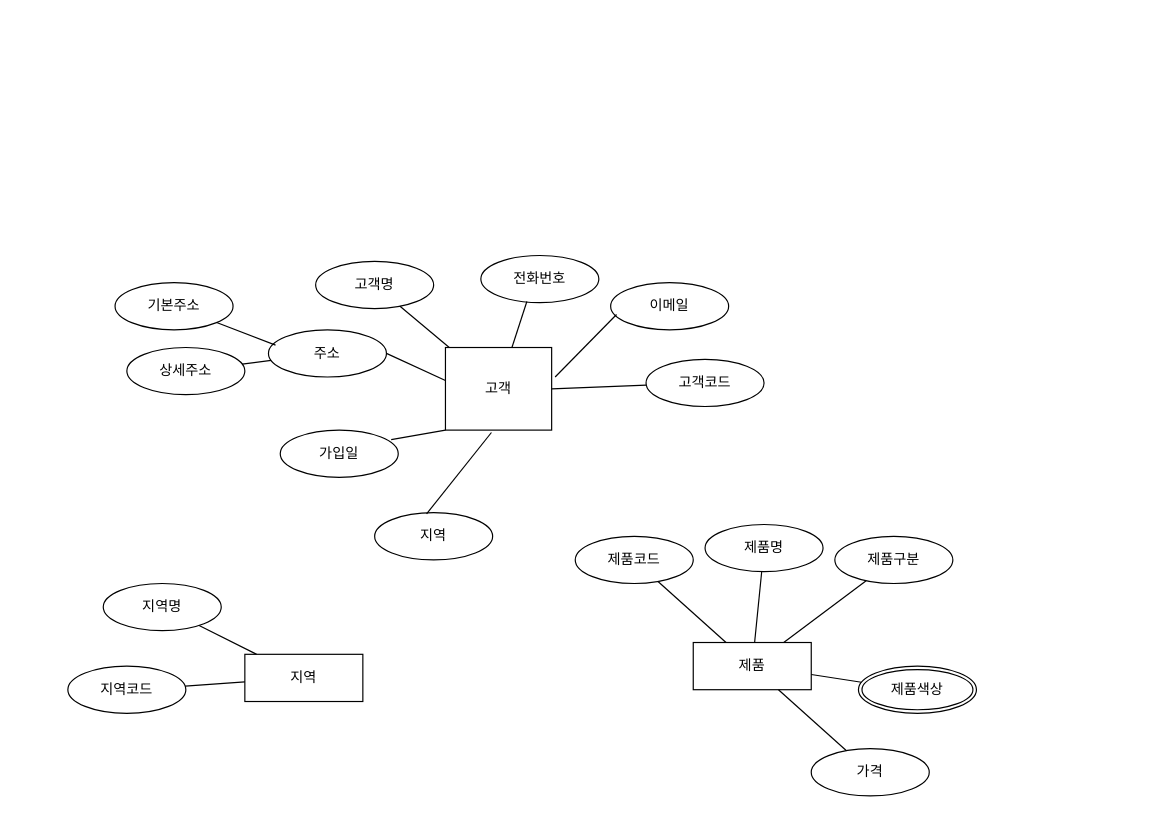
GGoJae/erd keeps this draw.io diagram as page "페이지-1" (1 of 2) of 제목 없는 다이어그램.drawio. Above is the earlier version. Source tidied: cells renumbered, new cells numbered last; positions are measured from the earlier drawing's top-left corner, leaving out a move shared by most shapes. Both pictures are drawn from the tidied source at 118%, with x=0, y=0 at pixel (67, 255).
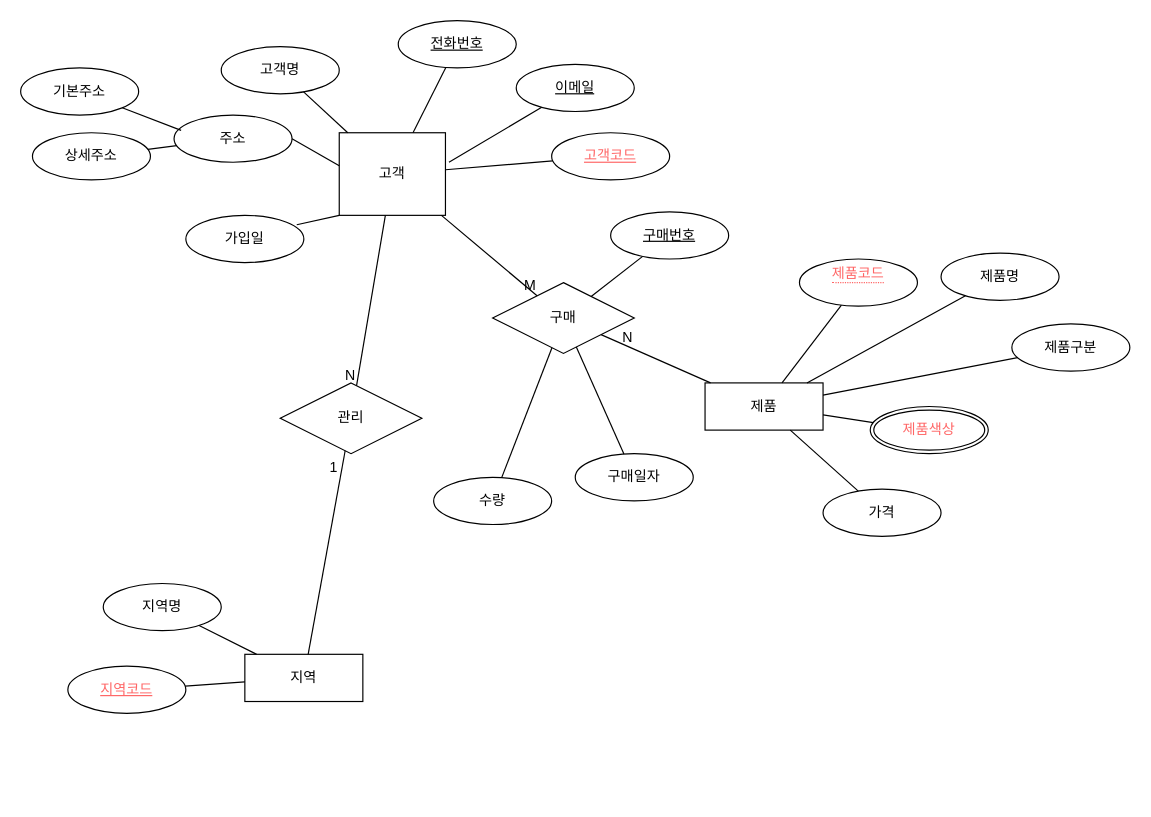
The same page after the edit.

Commit message:
제목 없는 다이어그램.drawio 업데이트

Unchanged cells that the change refers to:
```xml
<mxCell id="21" value="지역" style="whiteSpace=wrap;html=1;align=center;" parent="1" vertex="1">
  <mxGeometry x="150" y="338" width="100" height="40" as="geometry" />
</mxCell>
```

The edit, as a diff of the source:
```diff
@@
     <mxCell id="2" value="고객" style="whiteSpace=wrap;html=1;align=center;" parent="1" vertex="1">
-      <mxGeometry x="320" y="78" width="90" height="70" as="geometry" />
+      <mxGeometry x="230" y="-104" width="90" height="70" as="geometry" />
     </mxCell>
     <mxCell id="3" value="고객명" style="ellipse;whiteSpace=wrap;html=1;align=center;" parent="1" vertex="1">
-      <mxGeometry x="210" y="5" width="100" height="40" as="geometry" />
+      <mxGeometry x="130" y="-177" width="100" height="40" as="geometry" />
     </mxCell>
@@
-    <mxCell id="5" value="전화번호" style="ellipse;whiteSpace=wrap;html=1;align=center;" parent="1" vertex="1">
-      <mxGeometry x="350" width="100" height="40" as="geometry" />
-    </mxCell>
-    <mxCell id="6" style="endArrow=none;html=1;rounded=0;exitX=0.39;exitY=0.975;exitDx=0;exitDy=0;exitPerimeter=0;" parent="1" edge="1" source="5" target="2">
+    <mxCell id="6" style="endArrow=none;html=1;rounded=0;" parent="1" edge="1" source="5" target="2">
       <mxGeometry relative="1" as="geometry" />
     </mxCell>
-    <mxCell id="7" value="이메일" style="ellipse;whiteSpace=wrap;html=1;align=center;" parent="1" vertex="1">
-      <mxGeometry x="460" y="23" width="100" height="40" as="geometry" />
-    </mxCell>
-    <mxCell id="8" style="endArrow=none;html=1;rounded=0;entryX=1.033;entryY=0.357;entryDx=0;entryDy=0;exitX=0.05;exitY=0.675;exitDx=0;exitDy=0;exitPerimeter=0;entryPerimeter=0;" parent="1" edge="1" source="7" target="2">
+    <mxCell id="8" style="endArrow=none;html=1;rounded=0;entryX=1.033;entryY=0.357;entryDx=0;entryDy=0;entryPerimeter=0;" parent="1" edge="1" source="7" target="2">
       <mxGeometry relative="1" as="geometry" />
     </mxCell>
-    <mxCell id="9" value="고객코드" style="ellipse;whiteSpace=wrap;html=1;align=center;" parent="1" vertex="1">
-      <mxGeometry x="490" y="88" width="100" height="40" as="geometry" />
-    </mxCell>
-    <mxCell id="10" style="endArrow=none;html=1;rounded=0;entryX=1;entryY=0.5;entryDx=0;entryDy=0;" parent="1" edge="1" source="9" target="2">
-      <mxGeometry relative="1" as="geometry" />
-    </mxCell>
     <mxCell id="11" value="주소" style="ellipse;whiteSpace=wrap;html=1;align=center;" parent="1" vertex="1">
-      <mxGeometry x="170" y="63" width="100" height="40" as="geometry" />
+      <mxGeometry x="90" y="-119" width="100" height="40" as="geometry" />
     </mxCell>
@@
     <mxCell id="13" value="기본주소" style="ellipse;whiteSpace=wrap;html=1;align=center;" parent="1" vertex="1">
-      <mxGeometry x="40" y="23" width="100" height="40" as="geometry" />
+      <mxGeometry x="-40" y="-159" width="100" height="40" as="geometry" />
     </mxCell>
     <mxCell id="14" value="상세주소" style="ellipse;whiteSpace=wrap;html=1;align=center;" parent="1" vertex="1">
-      <mxGeometry x="50" y="78" width="100" height="40" as="geometry" />
+      <mxGeometry x="-30" y="-104" width="100" height="40" as="geometry" />
     </mxCell>
@@
     <mxCell id="18" value="가입일" style="ellipse;whiteSpace=wrap;html=1;align=center;" parent="1" vertex="1">
-      <mxGeometry x="180" y="148" width="100" height="40" as="geometry" />
+      <mxGeometry x="100" y="-34" width="100" height="40" as="geometry" />
     </mxCell>
-    <mxCell id="19" value="지역" style="ellipse;whiteSpace=wrap;html=1;align=center;" parent="1" vertex="1">
-      <mxGeometry x="260" y="218" width="100" height="40" as="geometry" />
-    </mxCell>
-    <mxCell id="20" style="endArrow=none;html=1;rounded=0;exitX=0.44;exitY=0.025;exitDx=0;exitDy=0;entryX=0.433;entryY=1.029;entryDx=0;entryDy=0;exitPerimeter=0;entryPerimeter=0;" parent="1" edge="1" source="19" target="2">
-      <mxGeometry relative="1" as="geometry" />
-    </mxCell>
@@
-    <mxCell id="24" value="지역코드" style="ellipse;whiteSpace=wrap;html=1;align=center;" parent="1" vertex="1">
-      <mxGeometry y="348" width="100" height="40" as="geometry" />
-    </mxCell>
@@
     <mxCell id="26" value="제품" style="whiteSpace=wrap;html=1;align=center;" parent="1" vertex="1">
-      <mxGeometry x="530" y="328" width="100" height="40" as="geometry" />
+      <mxGeometry x="540" y="108" width="100" height="40" as="geometry" />
     </mxCell>
     <mxCell id="27" value="제품명" style="ellipse;whiteSpace=wrap;html=1;align=center;" parent="1" vertex="1">
-      <mxGeometry x="540" y="228" width="100" height="40" as="geometry" />
+      <mxGeometry x="740" y="-2" width="100" height="40" as="geometry" />
     </mxCell>
@@
-    <mxCell id="29" value="제품코드" style="ellipse;whiteSpace=wrap;html=1;align=center;" parent="1" vertex="1">
-      <mxGeometry x="430" y="238" width="100" height="40" as="geometry" />
-    </mxCell>
@@
     <mxCell id="31" value="제품구분" style="ellipse;whiteSpace=wrap;html=1;align=center;" parent="1" vertex="1">
-      <mxGeometry x="650" y="238" width="100" height="40" as="geometry" />
+      <mxGeometry x="800" y="58" width="100" height="40" as="geometry" />
     </mxCell>
@@
-    <mxCell id="33" value="제품색상" style="ellipse;shape=doubleEllipse;margin=3;whiteSpace=wrap;html=1;align=center;" parent="1" vertex="1">
-      <mxGeometry x="670" y="348" width="100" height="40" as="geometry" />
+    <mxCell id="33" value="제품색상" style="ellipse;shape=doubleEllipse;margin=3;whiteSpace=wrap;html=1;align=center;fontColor=#FF6666;" parent="1" vertex="1">
+      <mxGeometry x="680" y="128" width="100" height="40" as="geometry" />
     </mxCell>
     <mxCell id="34" value="가격" style="ellipse;whiteSpace=wrap;html=1;align=center;" parent="1" vertex="1">
-      <mxGeometry x="630" y="418" width="100" height="40" as="geometry" />
+      <mxGeometry x="640" y="198" width="100" height="40" as="geometry" />
     </mxCell>
@@
+    <mxCell id="10" style="endArrow=none;html=1;rounded=0;" parent="1" edge="1" source="9" target="2">
+      <mxGeometry relative="1" as="geometry" />
+    </mxCell>
+    <mxCell id="37" value="관리" style="shape=rhombus;perimeter=rhombusPerimeter;whiteSpace=wrap;html=1;align=center;" parent="1" vertex="1">
+      <mxGeometry x="180" y="108" width="120" height="60" as="geometry" />
+    </mxCell>
+    <mxCell id="38" style="endArrow=none;html=1;rounded=0;" parent="1" edge="1" source="2" target="37">
+      <mxGeometry relative="1" as="geometry" />
+    </mxCell>
+    <mxCell id="39" value="N" style="html=1;whiteSpace=wrap;align=right;verticalAlign=bottom;" parent="38" vertex="1">
+      <mxGeometry x="1" relative="1" as="geometry" />
+    </mxCell>
+    <mxCell id="40" style="endArrow=none;html=1;rounded=0;" parent="1" edge="1" source="21" target="37">
+      <mxGeometry relative="1" as="geometry" />
+    </mxCell>
+    <mxCell id="41" value="1" style="html=1;whiteSpace=wrap;align=right;verticalAlign=bottom;" parent="40" vertex="1">
+      <mxGeometry x="1" relative="1" as="geometry">
+        <mxPoint x="-5" y="22" as="offset" />
+      </mxGeometry>
+    </mxCell>
+    <mxCell id="42" value="구매" style="shape=rhombus;perimeter=rhombusPerimeter;whiteSpace=wrap;html=1;align=center;" parent="1" vertex="1">
+      <mxGeometry x="360" y="23" width="120" height="60" as="geometry" />
+    </mxCell>
+    <mxCell id="43" style="endArrow=none;html=1;rounded=0;" parent="1" edge="1" source="2" target="42">
+      <mxGeometry relative="1" as="geometry" />
+    </mxCell>
+    <mxCell id="44" value="M" style="html=1;whiteSpace=wrap;align=right;verticalAlign=bottom;" parent="43" vertex="1">
+      <mxGeometry x="1" relative="1" as="geometry" />
+    </mxCell>
+    <mxCell id="45" style="endArrow=none;html=1;rounded=0;" parent="1" edge="1" source="26" target="42">
+      <mxGeometry relative="1" as="geometry" />
+    </mxCell>
+    <mxCell id="46" value="N" style="html=1;whiteSpace=wrap;align=right;verticalAlign=bottom;" parent="45" vertex="1">
+      <mxGeometry x="1" relative="1" as="geometry">
+        <mxPoint x="28" y="11" as="offset" />
+      </mxGeometry>
+    </mxCell>
+    <mxCell id="5" value="전화번호" style="ellipse;whiteSpace=wrap;html=1;align=center;fontStyle=4;" parent="1" vertex="1">
+      <mxGeometry x="280" y="-199" width="100" height="40" as="geometry" />
+    </mxCell>
+    <mxCell id="7" value="이메일" style="ellipse;whiteSpace=wrap;html=1;align=center;fontStyle=4;" parent="1" vertex="1">
+      <mxGeometry x="380" y="-162" width="100" height="40" as="geometry" />
+    </mxCell>
+    <mxCell id="9" value="고객코드" style="ellipse;whiteSpace=wrap;html=1;align=center;fontStyle=4;fontColor=#FF6666;" parent="1" vertex="1">
+      <mxGeometry x="410" y="-104" width="100" height="40" as="geometry" />
+    </mxCell>
+    <mxCell id="24" value="지역코드" style="ellipse;whiteSpace=wrap;html=1;align=center;fontStyle=4;fontColor=#FF6666;" parent="1" vertex="1">
+      <mxGeometry y="348" width="100" height="40" as="geometry" />
+    </mxCell>
+    <mxCell id="29" value="&lt;span style=&quot;border-bottom: 1px dotted&quot;&gt;제품코드&lt;br&gt;&lt;br&gt;&lt;/span&gt;" style="ellipse;whiteSpace=wrap;html=1;align=center;fontColor=#FF6666;" parent="1" vertex="1">
+      <mxGeometry x="620" y="3" width="100" height="40" as="geometry" />
+    </mxCell>
+    <mxCell id="47" value="구매일자&lt;br&gt;" style="ellipse;whiteSpace=wrap;html=1;align=center;" parent="1" vertex="1">
+      <mxGeometry x="430" y="168" width="100" height="40" as="geometry" />
+    </mxCell>
+    <mxCell id="48" value="수량" style="ellipse;whiteSpace=wrap;html=1;align=center;" parent="1" vertex="1">
+      <mxGeometry x="310" y="188" width="100" height="40" as="geometry" />
+    </mxCell>
+    <mxCell id="49" value="구매번호" style="ellipse;whiteSpace=wrap;html=1;align=center;fontStyle=4;" parent="1" vertex="1">
+      <mxGeometry x="460" y="-37" width="100" height="40" as="geometry" />
+    </mxCell>
+    <mxCell id="50" style="endArrow=none;html=1;rounded=0;" parent="1" edge="1" source="48" target="42">
+      <mxGeometry relative="1" as="geometry" />
+    </mxCell>
+    <mxCell id="51" style="endArrow=none;html=1;rounded=0;fontColor=#FF6666;" parent="1" edge="1" source="42" target="49">
+      <mxGeometry relative="1" as="geometry" />
+    </mxCell>
+    <mxCell id="52" style="endArrow=none;html=1;rounded=0;" parent="1" edge="1" source="42" target="47">
+      <mxGeometry relative="1" as="geometry" />
+    </mxCell>
```
